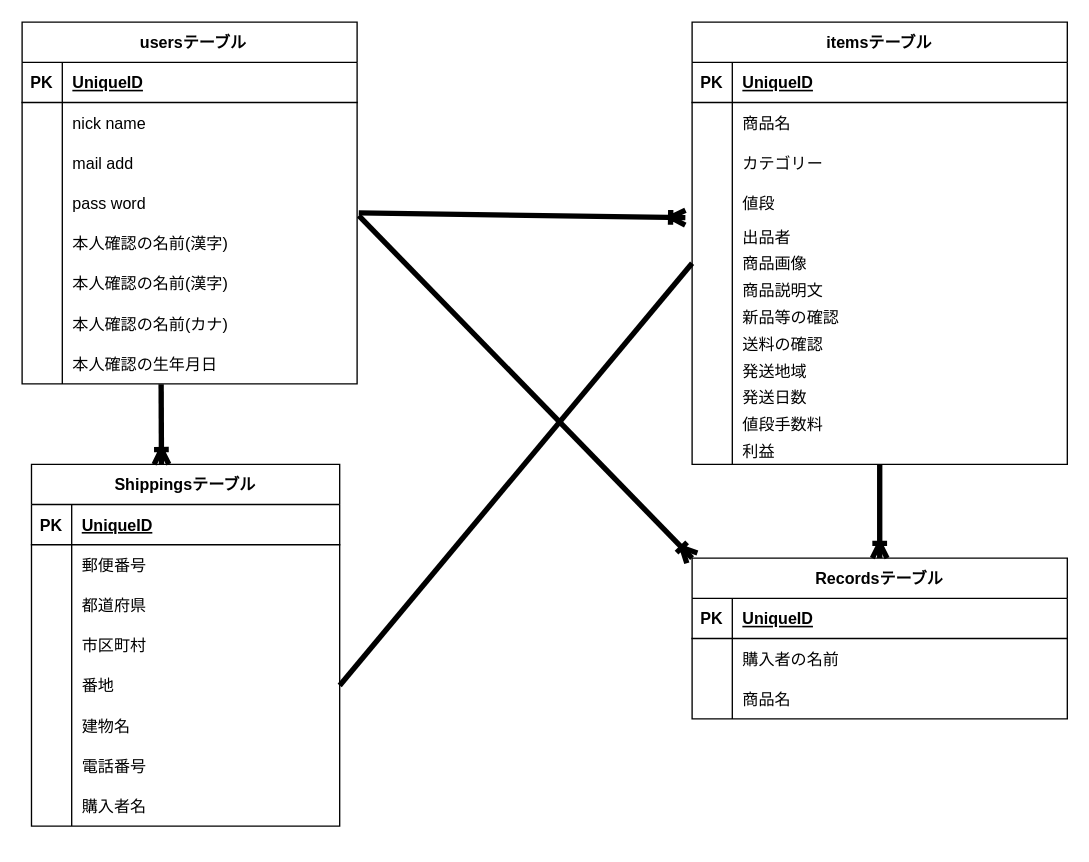
Above: furima.dio in Tomapin/furima-41470 (draw.io), before the change. Source tidied: cells renumbered, new cells numbered last; positions are measured from the earlier drawing's top-left corner, leaving out a move shared by most shapes. Both pictures are drawn from the tidied source at 134%, with x=0, y=0 at pixel (21, 21).
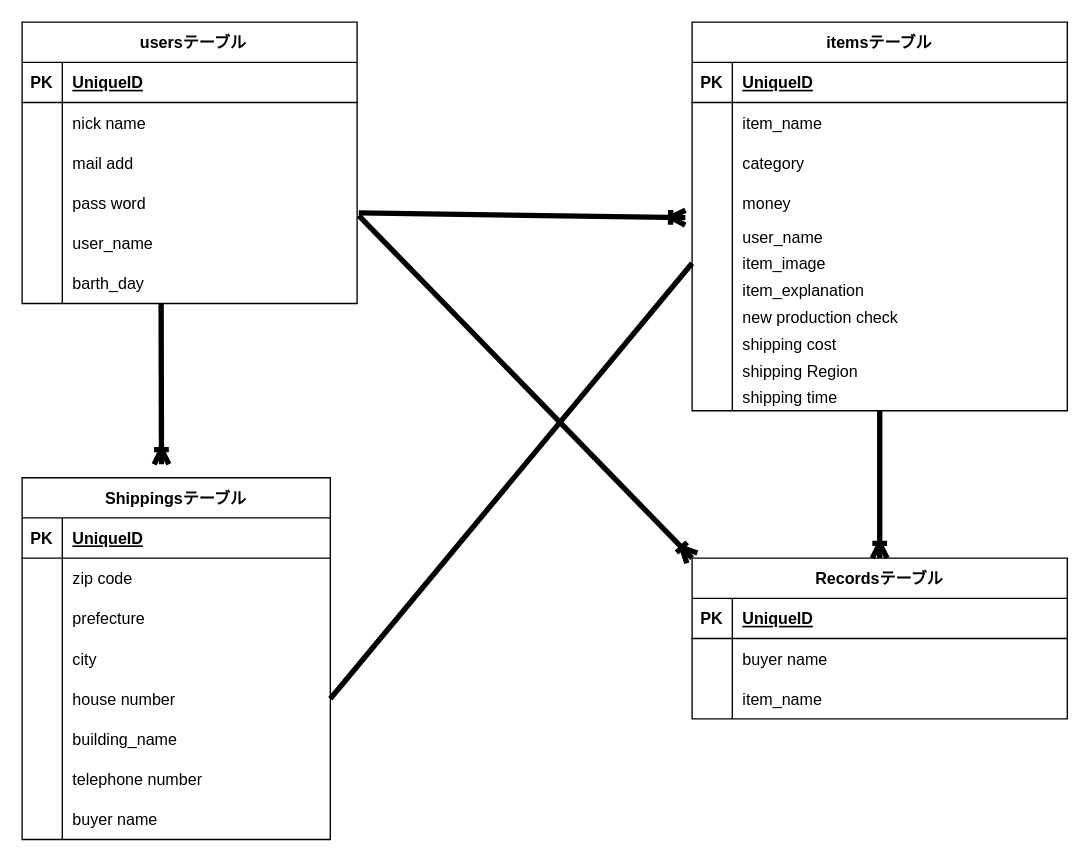
Above is the later version.

The change refers to these unchanged cells:
```xml
<mxCell id="15" style="shape=tableRow;horizontal=0;startSize=0;swimlaneHead=0;swimlaneBody=0;fillColor=none;points=[[0,0.5],[1,0.5]];portConstraint=eastwest;top=0;left=0;right=0;bottom=0;" parent="2" vertex="1">
  <mxGeometry y="150" width="250" height="30" as="geometry" />
</mxCell>
<mxCell id="31" style="shape=tableRow;horizontal=0;startSize=0;swimlaneHead=0;swimlaneBody=0;fillColor=none;top=0;left=0;right=0;bottom=0;" parent="27" vertex="1">
  <mxGeometry y="60" width="280" height="30" as="geometry" />
</mxCell>
<mxCell id="34" style="shape=tableRow;horizontal=0;startSize=0;swimlaneHead=0;swimlaneBody=0;fillColor=none;top=0;left=0;right=0;bottom=0;" parent="27" vertex="1">
  <mxGeometry y="90" width="280" height="30" as="geometry" />
</mxCell>
<mxCell id="37" style="shape=tableRow;horizontal=0;startSize=0;swimlaneHead=0;swimlaneBody=0;fillColor=none;top=0;left=0;right=0;bottom=0;" parent="27" vertex="1">
  <mxGeometry y="120" width="280" height="30" as="geometry" />
</mxCell>
<mxCell id="40" style="shape=tableRow;horizontal=0;startSize=0;swimlaneHead=0;swimlaneBody=0;fillColor=none;points=[[0,0.5],[1,0.5]];portConstraint=eastwest;top=0;left=0;right=0;bottom=0;" parent="27" vertex="1">
  <mxGeometry y="150" width="280" height="20" as="geometry" />
</mxCell>
<mxCell id="43" style="shape=tableRow;horizontal=0;startSize=0;swimlaneHead=0;swimlaneBody=0;fillColor=none;points=[[0,0.5],[1,0.5]];portConstraint=eastwest;top=0;left=0;right=0;bottom=0;" parent="27" vertex="1">
  <mxGeometry y="170" width="280" height="20" as="geometry" />
</mxCell>
<mxCell id="46" style="shape=tableRow;horizontal=0;startSize=0;swimlaneHead=0;swimlaneBody=0;fillColor=none;top=0;left=0;right=0;bottom=0;" parent="27" vertex="1">
  <mxGeometry y="190" width="280" height="20" as="geometry" />
</mxCell>
<mxCell id="49" style="shape=tableRow;horizontal=0;startSize=0;swimlaneHead=0;swimlaneBody=0;fillColor=none;top=0;left=0;right=0;bottom=0;" parent="27" vertex="1">
  <mxGeometry y="210" width="280" height="20" as="geometry" />
</mxCell>
<mxCell id="52" style="shape=tableRow;horizontal=0;startSize=0;swimlaneHead=0;swimlaneBody=0;fillColor=none;top=0;left=0;right=0;bottom=0;" parent="27" vertex="1">
  <mxGeometry y="230" width="280" height="20" as="geometry" />
</mxCell>
<mxCell id="55" style="shape=tableRow;horizontal=0;startSize=0;swimlaneHead=0;swimlaneBody=0;fillColor=none;top=0;left=0;right=0;bottom=0;" parent="27" vertex="1">
  <mxGeometry y="250" width="280" height="20" as="geometry" />
</mxCell>
<mxCell id="58" style="shape=tableRow;horizontal=0;startSize=0;swimlaneHead=0;swimlaneBody=0;fillColor=none;top=0;left=0;right=0;bottom=0;" parent="27" vertex="1">
  <mxGeometry y="270" width="280" height="20" as="geometry" />
</mxCell>
<mxCell id="72" style="shape=tableRow;horizontal=0;startSize=0;swimlaneHead=0;swimlaneBody=0;fillColor=none;top=0;left=0;right=0;bottom=0;" parent="68" vertex="1">
  <mxGeometry y="60" width="280" height="30" as="geometry" />
</mxCell>
<mxCell id="75" style="shape=tableRow;horizontal=0;startSize=0;swimlaneHead=0;swimlaneBody=0;fillColor=none;top=0;left=0;right=0;bottom=0;" parent="68" vertex="1">
  <mxGeometry y="90" width="280" height="30" as="geometry" />
</mxCell>
<mxCell id="84" style="shape=tableRow;horizontal=0;startSize=0;swimlaneHead=0;swimlaneBody=0;fillColor=none;top=0;left=0;right=0;bottom=0;" parent="80" vertex="1">
  <mxGeometry y="60" width="230" height="30" as="geometry" />
</mxCell>
<mxCell id="87" style="shape=tableRow;horizontal=0;startSize=0;swimlaneHead=0;swimlaneBody=0;fillColor=none;top=0;left=0;right=0;bottom=0;" parent="80" vertex="1">
  <mxGeometry y="90" width="230" height="30" as="geometry" />
</mxCell>
<mxCell id="90" style="shape=tableRow;horizontal=0;startSize=0;swimlaneHead=0;swimlaneBody=0;fillColor=none;top=0;left=0;right=0;bottom=0;" parent="80" vertex="1">
  <mxGeometry y="120" width="230" height="30" as="geometry" />
</mxCell>
<mxCell id="93" style="shape=tableRow;horizontal=0;startSize=0;swimlaneHead=0;swimlaneBody=0;fillColor=none;points=[[0,0.5],[1,0.5]];portConstraint=eastwest;top=0;left=0;right=0;bottom=0;" parent="80" vertex="1">
  <mxGeometry y="150" width="230" height="30" as="geometry" />
</mxCell>
<mxCell id="96" style="shape=tableRow;horizontal=0;startSize=0;swimlaneHead=0;swimlaneBody=0;fillColor=none;top=0;left=0;right=0;bottom=0;" parent="80" vertex="1">
  <mxGeometry y="180" width="230" height="30" as="geometry" />
</mxCell>
<mxCell id="99" style="shape=tableRow;horizontal=0;startSize=0;swimlaneHead=0;swimlaneBody=0;fillColor=none;top=0;left=0;right=0;bottom=0;" parent="80" vertex="1">
  <mxGeometry y="210" width="230" height="30" as="geometry" />
</mxCell>
<mxCell id="102" style="shape=tableRow;horizontal=0;startSize=0;swimlaneHead=0;swimlaneBody=0;fillColor=none;top=0;left=0;right=0;bottom=0;" parent="80" vertex="1">
  <mxGeometry y="240" width="230" height="30" as="geometry" />
</mxCell>
```

The edit, as a diff of the source:
```diff
@@
     <mxCell id="2" value="usersテーブル" style="shape=table;startSize=30;childLayout=tableLayout;rowLines=0;fontStyle=1;align=center;fillColor=none;spacingLeft=6;" parent="1" vertex="1">
-      <mxGeometry width="250" height="270" as="geometry" />
+      <mxGeometry width="250" height="210" as="geometry" />
     </mxCell>
@@
-    <mxCell id="17" value="本人確認の名前(漢字)" style="shape=partialRectangle;fillColor=none;top=0;left=0;bottom=0;right=0;align=left;spacingLeft=6;overflow=hidden;" parent="15" vertex="1">
+    <mxCell id="17" value="user_name" style="shape=partialRectangle;fillColor=none;top=0;left=0;bottom=0;right=0;align=left;spacingLeft=6;overflow=hidden;" parent="15" vertex="1">
       <mxGeometry x="30" width="220" height="30" as="geometry" />
     </mxCell>
-    <mxCell id="18" style="shape=tableRow;horizontal=0;startSize=0;swimlaneHead=0;swimlaneBody=0;fillColor=none;top=0;left=0;right=0;bottom=0;" parent="2" vertex="1">
-      <mxGeometry y="180" width="250" height="30" as="geometry" />
-    </mxCell>
-    <mxCell id="19" style="shape=partialRectangle;fillColor=none;top=0;left=0;bottom=0;right=0;overflow=hidden;" parent="18" vertex="1">
-      <mxGeometry width="30" height="30" as="geometry" />
-    </mxCell>
-    <mxCell id="20" value="本人確認の名前(漢字)" style="shape=partialRectangle;fillColor=none;top=0;left=0;bottom=0;right=0;align=left;spacingLeft=6;overflow=hidden;" parent="18" vertex="1">
-      <mxGeometry x="30" width="220" height="30" as="geometry" />
-    </mxCell>
-    <mxCell id="21" style="shape=tableRow;horizontal=0;startSize=0;swimlaneHead=0;swimlaneBody=0;fillColor=none;top=0;left=0;right=0;bottom=0;" parent="2" vertex="1">
-      <mxGeometry y="210" width="250" height="30" as="geometry" />
-    </mxCell>
-    <mxCell id="22" style="shape=partialRectangle;fillColor=none;top=0;left=0;bottom=0;right=0;overflow=hidden;" parent="21" vertex="1">
-      <mxGeometry width="30" height="30" as="geometry" />
-    </mxCell>
-    <mxCell id="23" value="本人確認の名前(カナ)" style="shape=partialRectangle;fillColor=none;top=0;left=0;bottom=0;right=0;align=left;spacingLeft=6;overflow=hidden;" parent="21" vertex="1">
-      <mxGeometry x="30" width="220" height="30" as="geometry" />
-    </mxCell>
     <mxCell id="24" style="shape=tableRow;horizontal=0;startSize=0;swimlaneHead=0;swimlaneBody=0;fillColor=none;points=[[0,0.5],[1,0.5]];portConstraint=eastwest;top=0;left=0;right=0;bottom=0;" parent="2" vertex="1">
-      <mxGeometry y="240" width="250" height="30" as="geometry" />
+      <mxGeometry y="180" width="250" height="30" as="geometry" />
     </mxCell>
@@
-    <mxCell id="26" value="本人確認の生年月日" style="shape=partialRectangle;fillColor=none;top=0;left=0;bottom=0;right=0;align=left;spacingLeft=6;overflow=hidden;" parent="24" vertex="1">
+    <mxCell id="26" value="barth_day" style="shape=partialRectangle;fillColor=none;top=0;left=0;bottom=0;right=0;align=left;spacingLeft=6;overflow=hidden;" parent="24" vertex="1">
       <mxGeometry x="30" width="220" height="30" as="geometry" />
     </mxCell>
     <mxCell id="27" value="itemsテーブル" style="shape=table;startSize=30;childLayout=tableLayout;rowLines=0;fontStyle=1;align=center;" parent="1" vertex="1">
-      <mxGeometry x="500" width="280" height="330" as="geometry" />
+      <mxGeometry x="500" width="280" height="290" as="geometry" />
     </mxCell>
@@
-    <mxCell id="33" value="商品名" style="shape=partialRectangle;fillColor=none;top=0;left=0;bottom=0;right=0;align=left;spacingLeft=6;overflow=hidden;" parent="31" vertex="1">
+    <mxCell id="33" value="item_name" style="shape=partialRectangle;fillColor=none;top=0;left=0;bottom=0;right=0;align=left;spacingLeft=6;overflow=hidden;" parent="31" vertex="1">
       <mxGeometry x="30" width="250" height="30" as="geometry" />
     </mxCell>
@@
-    <mxCell id="36" value="カテゴリー" style="shape=partialRectangle;fillColor=none;top=0;left=0;bottom=0;right=0;align=left;spacingLeft=6;overflow=hidden;" parent="34" vertex="1">
+    <mxCell id="36" value="category" style="shape=partialRectangle;fillColor=none;top=0;left=0;bottom=0;right=0;align=left;spacingLeft=6;overflow=hidden;" parent="34" vertex="1">
       <mxGeometry x="30" width="250" height="30" as="geometry" />
     </mxCell>
@@
-    <mxCell id="39" value="値段" style="shape=partialRectangle;fillColor=none;top=0;left=0;bottom=0;right=0;align=left;spacingLeft=6;overflow=hidden;" parent="37" vertex="1">
+    <mxCell id="39" value="money" style="shape=partialRectangle;fillColor=none;top=0;left=0;bottom=0;right=0;align=left;spacingLeft=6;overflow=hidden;" parent="37" vertex="1">
       <mxGeometry x="30" width="250" height="30" as="geometry" />
     </mxCell>
@@
-    <mxCell id="42" value="出品者" style="shape=partialRectangle;fillColor=none;top=0;left=0;bottom=0;right=0;align=left;spacingLeft=6;overflow=hidden;" parent="40" vertex="1">
+    <mxCell id="42" value="user_name" style="shape=partialRectangle;fillColor=none;top=0;left=0;bottom=0;right=0;align=left;spacingLeft=6;overflow=hidden;" parent="40" vertex="1">
       <mxGeometry x="30" width="250" height="20" as="geometry" />
     </mxCell>
@@
-    <mxCell id="45" value="商品画像" style="shape=partialRectangle;fillColor=none;top=0;left=0;bottom=0;right=0;align=left;spacingLeft=6;overflow=hidden;" parent="43" vertex="1">
+    <mxCell id="45" value="item_image" style="shape=partialRectangle;fillColor=none;top=0;left=0;bottom=0;right=0;align=left;spacingLeft=6;overflow=hidden;" parent="43" vertex="1">
       <mxGeometry x="30" width="250" height="20" as="geometry" />
     </mxCell>
@@
-    <mxCell id="48" value="商品説明文" style="shape=partialRectangle;fillColor=none;top=0;left=0;bottom=0;right=0;align=left;spacingLeft=6;overflow=hidden;" parent="46" vertex="1">
+    <mxCell id="48" value="item_explanation" style="shape=partialRectangle;fillColor=none;top=0;left=0;bottom=0;right=0;align=left;spacingLeft=6;overflow=hidden;" parent="46" vertex="1">
       <mxGeometry x="30" width="250" height="20" as="geometry" />
     </mxCell>
@@
-    <mxCell id="51" value="新品等の確認" style="shape=partialRectangle;fillColor=none;top=0;left=0;bottom=0;right=0;align=left;spacingLeft=6;overflow=hidden;" parent="49" vertex="1">
+    <mxCell id="51" value="new production check" style="shape=partialRectangle;fillColor=none;top=0;left=0;bottom=0;right=0;align=left;spacingLeft=6;overflow=hidden;" parent="49" vertex="1">
       <mxGeometry x="30" width="250" height="20" as="geometry" />
     </mxCell>
@@
-    <mxCell id="54" value="送料の確認" style="shape=partialRectangle;fillColor=none;top=0;left=0;bottom=0;right=0;align=left;spacingLeft=6;overflow=hidden;" parent="52" vertex="1">
+    <mxCell id="54" value="shipping cost" style="shape=partialRectangle;fillColor=none;top=0;left=0;bottom=0;right=0;align=left;spacingLeft=6;overflow=hidden;" parent="52" vertex="1">
       <mxGeometry x="30" width="250" height="20" as="geometry" />
     </mxCell>
@@
-    <mxCell id="57" value="発送地域" style="shape=partialRectangle;fillColor=none;top=0;left=0;bottom=0;right=0;align=left;spacingLeft=6;overflow=hidden;" parent="55" vertex="1">
+    <mxCell id="57" value="shipping Region" style="shape=partialRectangle;fillColor=none;top=0;left=0;bottom=0;right=0;align=left;spacingLeft=6;overflow=hidden;" parent="55" vertex="1">
       <mxGeometry x="30" width="250" height="20" as="geometry" />
     </mxCell>
@@
-    <mxCell id="60" value="発送日数" style="shape=partialRectangle;fillColor=none;top=0;left=0;bottom=0;right=0;align=left;spacingLeft=6;overflow=hidden;" parent="58" vertex="1">
+    <mxCell id="60" value="shipping time" style="shape=partialRectangle;fillColor=none;top=0;left=0;bottom=0;right=0;align=left;spacingLeft=6;overflow=hidden;" parent="58" vertex="1">
       <mxGeometry x="30" width="250" height="20" as="geometry" />
     </mxCell>
-    <mxCell id="61" style="shape=tableRow;horizontal=0;startSize=0;swimlaneHead=0;swimlaneBody=0;fillColor=none;top=0;left=0;right=0;bottom=0;" parent="27" vertex="1">
-      <mxGeometry y="290" width="280" height="20" as="geometry" />
-    </mxCell>
-    <mxCell id="62" style="shape=partialRectangle;fillColor=none;top=0;left=0;bottom=0;right=0;overflow=hidden;" parent="61" vertex="1">
-      <mxGeometry width="30" height="20" as="geometry" />
-    </mxCell>
-    <mxCell id="63" value="値段手数料" style="shape=partialRectangle;fillColor=none;top=0;left=0;bottom=0;right=0;align=left;spacingLeft=6;overflow=hidden;" parent="61" vertex="1">
-      <mxGeometry x="30" width="250" height="20" as="geometry" />
-    </mxCell>
-    <mxCell id="64" style="shape=tableRow;horizontal=0;startSize=0;swimlaneHead=0;swimlaneBody=0;fillColor=none;top=0;left=0;right=0;bottom=0;" parent="27" vertex="1">
-      <mxGeometry y="310" width="280" height="20" as="geometry" />
-    </mxCell>
-    <mxCell id="65" style="shape=partialRectangle;fillColor=none;top=0;left=0;bottom=0;right=0;overflow=hidden;" parent="64" vertex="1">
-      <mxGeometry width="30" height="20" as="geometry" />
-    </mxCell>
-    <mxCell id="66" value="利益" style="shape=partialRectangle;fillColor=none;top=0;left=0;bottom=0;right=0;align=left;spacingLeft=6;overflow=hidden;" parent="64" vertex="1">
-      <mxGeometry x="30" width="250" height="20" as="geometry" />
-    </mxCell>
@@
-    <mxCell id="74" value="購入者の名前" style="shape=partialRectangle;fillColor=none;top=0;left=0;bottom=0;right=0;align=left;spacingLeft=6;overflow=hidden;" parent="72" vertex="1">
+    <mxCell id="74" value="buyer name" style="shape=partialRectangle;fillColor=none;top=0;left=0;bottom=0;right=0;align=left;spacingLeft=6;overflow=hidden;" parent="72" vertex="1">
       <mxGeometry x="30" width="250" height="30" as="geometry" />
     </mxCell>
@@
-    <mxCell id="77" value="商品名" style="shape=partialRectangle;fillColor=none;top=0;left=0;bottom=0;right=0;align=left;spacingLeft=6;overflow=hidden;" parent="75" vertex="1">
+    <mxCell id="77" value="item_name" style="shape=partialRectangle;fillColor=none;top=0;left=0;bottom=0;right=0;align=left;spacingLeft=6;overflow=hidden;" parent="75" vertex="1">
       <mxGeometry x="30" width="250" height="30" as="geometry" />
     </mxCell>
@@
     <mxCell id="80" value="Shippingsテーブル" style="shape=table;startSize=30;childLayout=tableLayout;rowLines=0;fontStyle=1;align=center;" parent="1" vertex="1">
-      <mxGeometry x="7" y="330" width="230" height="270" as="geometry" />
+      <mxGeometry y="340" width="230" height="270" as="geometry" />
     </mxCell>
@@
-    <mxCell id="86" value="郵便番号" style="shape=partialRectangle;fillColor=none;top=0;left=0;bottom=0;right=0;align=left;spacingLeft=6;overflow=hidden;" parent="84" vertex="1">
+    <mxCell id="86" value="zip code" style="shape=partialRectangle;fillColor=none;top=0;left=0;bottom=0;right=0;align=left;spacingLeft=6;overflow=hidden;" parent="84" vertex="1">
       <mxGeometry x="30" width="200" height="30" as="geometry" />
     </mxCell>
@@
-    <mxCell id="89" value="都道府県" style="shape=partialRectangle;fillColor=none;top=0;left=0;bottom=0;right=0;align=left;spacingLeft=6;overflow=hidden;" parent="87" vertex="1">
+    <mxCell id="89" value="prefecture" style="shape=partialRectangle;fillColor=none;top=0;left=0;bottom=0;right=0;align=left;spacingLeft=6;overflow=hidden;" parent="87" vertex="1">
       <mxGeometry x="30" width="200" height="30" as="geometry" />
     </mxCell>
@@
-    <mxCell id="92" value="市区町村" style="shape=partialRectangle;fillColor=none;top=0;left=0;bottom=0;right=0;align=left;spacingLeft=6;overflow=hidden;" parent="90" vertex="1">
+    <mxCell id="92" value="city" style="shape=partialRectangle;fillColor=none;top=0;left=0;bottom=0;right=0;align=left;spacingLeft=6;overflow=hidden;" parent="90" vertex="1">
       <mxGeometry x="30" width="200" height="30" as="geometry" />
     </mxCell>
@@
-    <mxCell id="95" value="番地" style="shape=partialRectangle;fillColor=none;top=0;left=0;bottom=0;right=0;align=left;spacingLeft=6;overflow=hidden;" parent="93" vertex="1">
+    <mxCell id="95" value="house number" style="shape=partialRectangle;fillColor=none;top=0;left=0;bottom=0;right=0;align=left;spacingLeft=6;overflow=hidden;" parent="93" vertex="1">
       <mxGeometry x="30" width="200" height="30" as="geometry" />
     </mxCell>
@@
-    <mxCell id="98" value="建物名" style="shape=partialRectangle;fillColor=none;top=0;left=0;bottom=0;right=0;align=left;spacingLeft=6;overflow=hidden;" parent="96" vertex="1">
+    <mxCell id="98" value="building_name" style="shape=partialRectangle;fillColor=none;top=0;left=0;bottom=0;right=0;align=left;spacingLeft=6;overflow=hidden;" parent="96" vertex="1">
       <mxGeometry x="30" width="200" height="30" as="geometry" />
     </mxCell>
@@
-    <mxCell id="101" value="電話番号" style="shape=partialRectangle;fillColor=none;top=0;left=0;bottom=0;right=0;align=left;spacingLeft=6;overflow=hidden;" parent="99" vertex="1">
+    <mxCell id="101" value="telephone number" style="shape=partialRectangle;fillColor=none;top=0;left=0;bottom=0;right=0;align=left;spacingLeft=6;overflow=hidden;" parent="99" vertex="1">
       <mxGeometry x="30" width="200" height="30" as="geometry" />
     </mxCell>
@@
-    <mxCell id="104" value="購入者名" style="shape=partialRectangle;fillColor=none;top=0;left=0;bottom=0;right=0;align=left;spacingLeft=6;overflow=hidden;" parent="102" vertex="1">
+    <mxCell id="104" value="buyer name" style="shape=partialRectangle;fillColor=none;top=0;left=0;bottom=0;right=0;align=left;spacingLeft=6;overflow=hidden;" parent="102" vertex="1">
       <mxGeometry x="30" width="200" height="30" as="geometry" />
     </mxCell>
```
